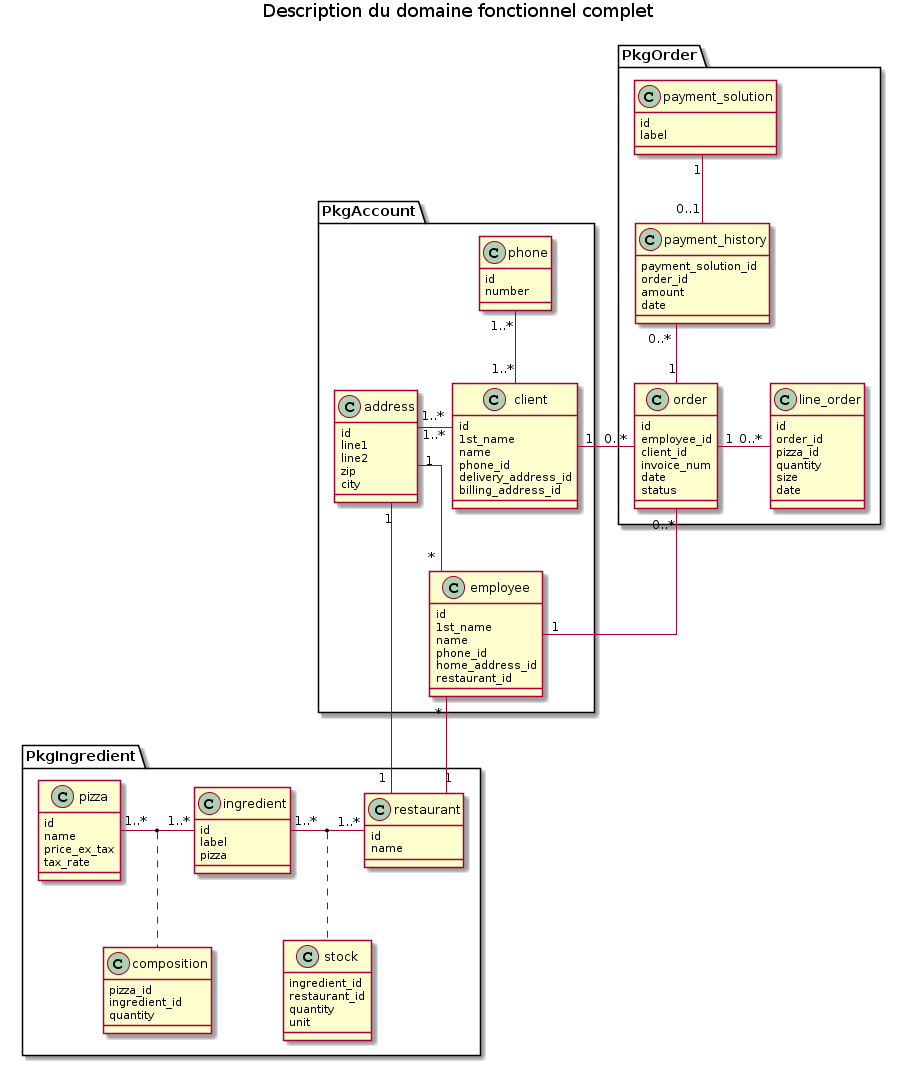
The PlantUML diagram functional_model.png in freezed/ocp6, before a commit.
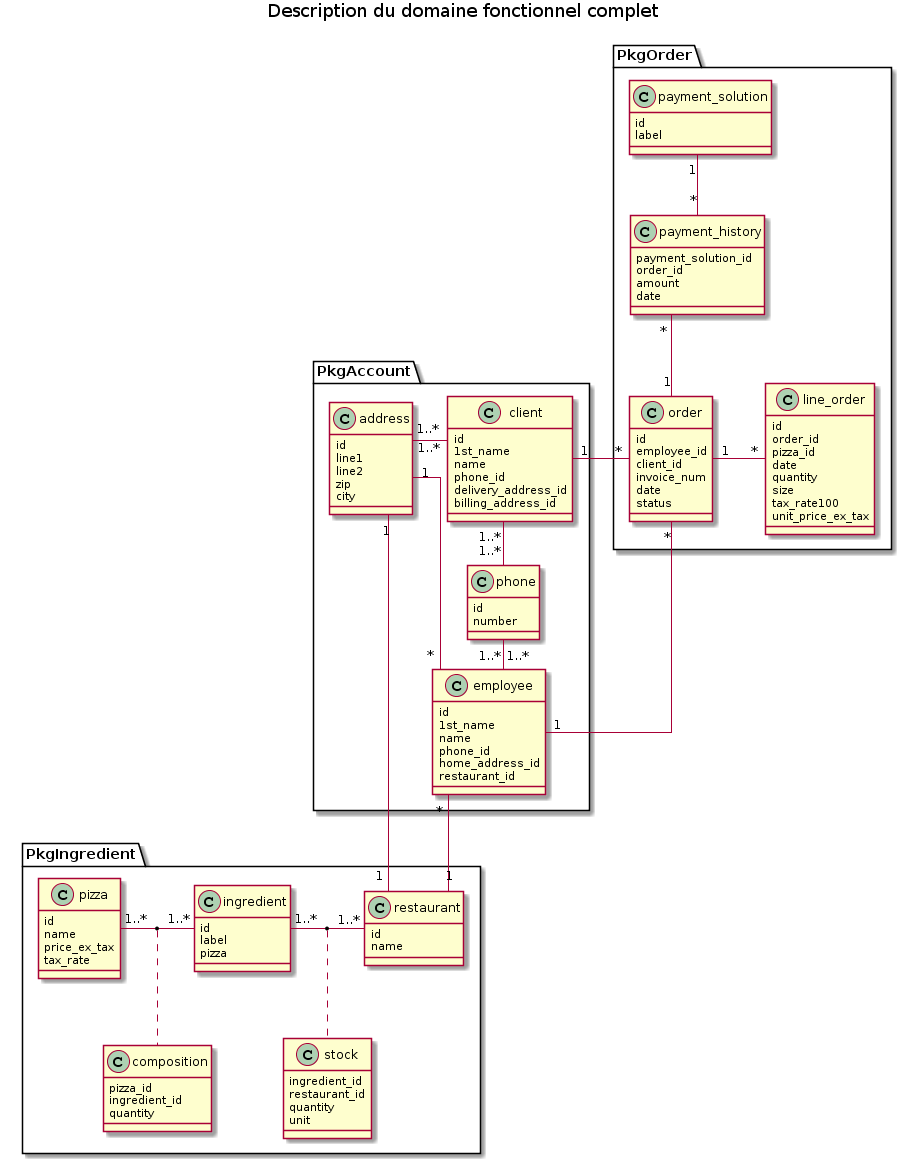
The same diagram one commit later.

Change to the diagram source:
```diff
@@ -2,6 +2,7 @@
 title Description du domaine fonctionnel complet
 
 skinparam linetype ortho
+
 
 
 package PkgOrder {
@@ -10,9 +11,9 @@
     class payment_history
     class payment_solution
 
-    line_order "0..*" -left- "1" order : "    "
-    order "1" -up- "0..*" payment_history
-    payment_solution "1" -down- "0..1" payment_history
+    line_order "*" -left- "1" order : "    "
+    order "1" -up- "*" payment_history
+    payment_solution "1" -down- "*" payment_history
 }
 
 package PkgIngredient {
@@ -35,9 +36,43 @@
     class employee
     class phone
 
-    client "1..*" -up- "1..*" phone
+    client "1..*" - "1..*" phone
     client "1..*" -left- "1..*" address
     address "1" -down- "*" employee
+    phone "1..*" -right- "1..*" employee
+}
+
+
+
+class address {
+    id
+    line1
+    line2
+    zip
+    city
+}
+
+class client {
+    id
+    1st_name
+    name
+    phone_id
+    delivery_address_id
+    billing_address_id
+}
+
+class employee {
+    id
+    1st_name
+    name
+    phone_id
+    home_address_id
+    restaurant_id
+}
+
+class phone {
+    id
+    number
 }
 
 
@@ -78,9 +113,11 @@
     id
     order_id
     pizza_id
+    date
     quantity
     size
-    date
+    tax_rate100
+    unit_price_ex_tax
 }
 
 class order {
@@ -104,41 +141,8 @@
     label
 }
 
-
-class address {
-    id
-    line1
-    line2
-    zip
-    city
-}
-
-class client {
-    id
-    1st_name
-    name
-    phone_id
-    delivery_address_id
-    billing_address_id
-}
-
-class employee {
-    id
-    1st_name
-    name
-    phone_id
-    home_address_id
-    restaurant_id
-}
-
-class phone {
-    id
-    number
-}
-
-
-employee "1" - "0..*" order
-order "0..*" - "1" client
+employee "1" - "*" order
+order "*" - "1" client
 address "1" -- "1" restaurant
 employee "*" -- "1" restaurant
 @enduml
```
